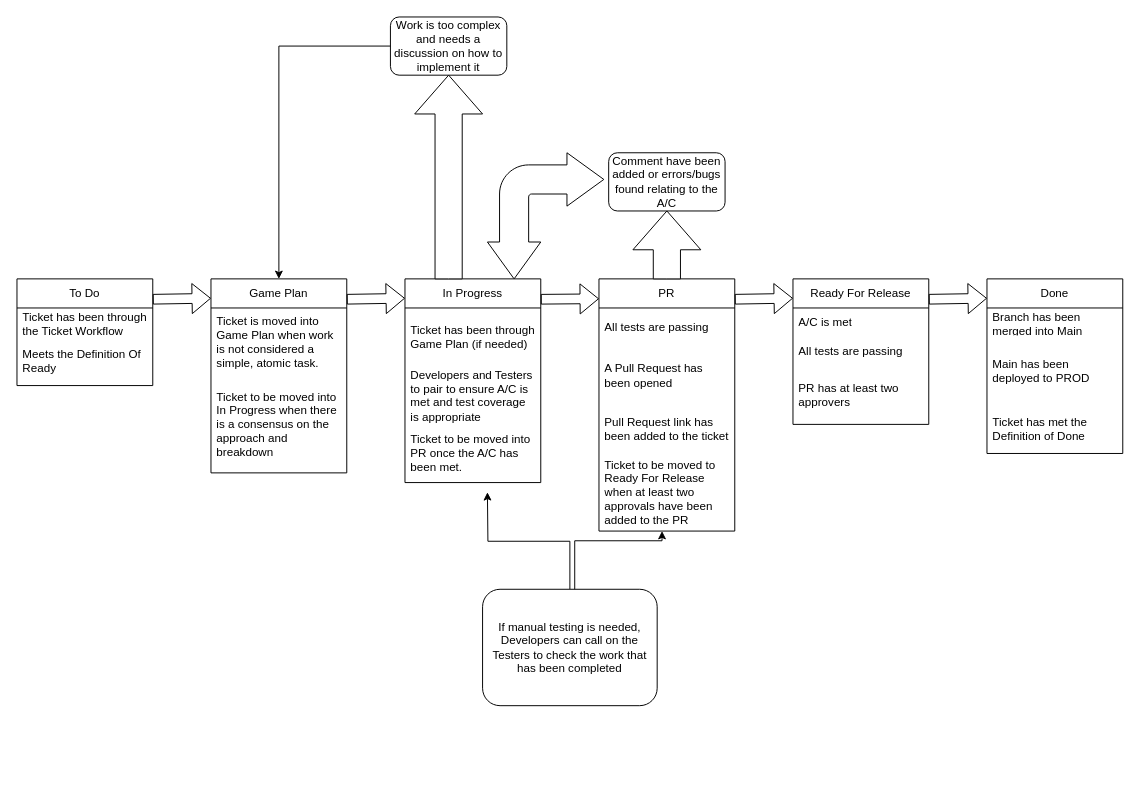
The draw.io diagram Untitled Diagram.drawio in EmmaHawkins/test_flows, before the edit. Source tidied: cells renumbered, new cells numbered last; positions are measured from the earlier drawing's top-left corner, leaving out a move shared by most shapes. Both pictures are drawn from the tidied source at 97%, with x=0, y=0 at pixel (16, 16).
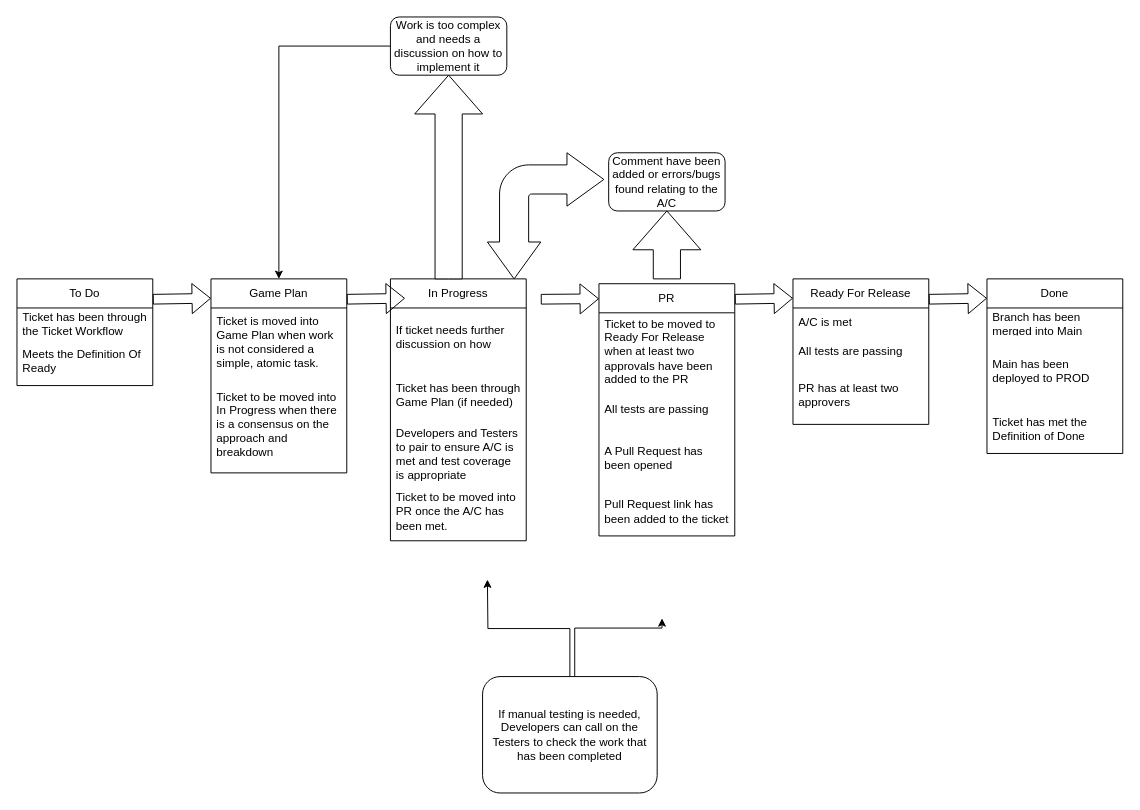
The same diagram, later.

What changed in the source:
```diff
@@
     <mxCell id="8" value="In Progress" style="swimlane;fontStyle=0;horizontal=1;startSize=30;whiteSpace=wrap;html=1;" parent="1" vertex="1">
-      <mxGeometry x="400" y="270" width="140" height="210" as="geometry" />
+      <mxGeometry x="385" y="270" width="140" height="270" as="geometry" />
     </mxCell>
+    <mxCell id="39" value="If ticket needs further discussion on how" style="text;strokeColor=none;fillColor=none;align=left;verticalAlign=middle;spacingLeft=4;spacingRight=4;overflow=hidden;whiteSpace=wrap;html=1;" parent="8" vertex="1">
+      <mxGeometry y="30" width="140" height="60" as="geometry" />
+    </mxCell>
     <mxCell id="9" value="Ticket has been through Game Plan (if needed)" style="text;strokeColor=none;fillColor=none;align=left;verticalAlign=middle;spacingLeft=4;spacingRight=4;overflow=hidden;whiteSpace=wrap;html=1;" parent="8" vertex="1">
-      <mxGeometry y="30" width="140" height="60" as="geometry" />
+      <mxGeometry y="90" width="140" height="60" as="geometry" />
     </mxCell>
     <mxCell id="10" value="Developers and Testers to pair to ensure A/C is met and test coverage is appropriate" style="text;strokeColor=none;fillColor=none;align=left;verticalAlign=middle;spacingLeft=4;spacingRight=4;overflow=hidden;whiteSpace=wrap;html=1;" parent="8" vertex="1">
-      <mxGeometry y="90" width="140" height="60" as="geometry" />
+      <mxGeometry y="150" width="140" height="60" as="geometry" />
     </mxCell>
     <mxCell id="11" value="Ticket to be moved into&amp;nbsp; PR once the A/C has been met." style="text;strokeColor=none;fillColor=none;align=left;verticalAlign=middle;spacingLeft=4;spacingRight=4;overflow=hidden;whiteSpace=wrap;html=1;" parent="8" vertex="1">
-      <mxGeometry y="150" width="140" height="60" as="geometry" />
+      <mxGeometry y="210" width="140" height="60" as="geometry" />
     </mxCell>
     <mxCell id="12" value="PR" style="swimlane;fontStyle=0;horizontal=1;startSize=30;whiteSpace=wrap;html=1;" parent="1" vertex="1">
-      <mxGeometry x="600" y="270" width="140" height="260" as="geometry" />
+      <mxGeometry x="600" y="275" width="140" height="260" as="geometry" />
     </mxCell>
+    <mxCell id="16" value="Ticket to be moved to Ready For Release when at least two approvals have been added to the PR" style="text;strokeColor=none;fillColor=none;align=left;verticalAlign=middle;spacingLeft=4;spacingRight=4;overflow=hidden;whiteSpace=wrap;html=1;" parent="12" vertex="1">
+      <mxGeometry y="30" width="140" height="80" as="geometry" />
+    </mxCell>
     <mxCell id="13" value="All tests are passing" style="text;strokeColor=none;fillColor=none;align=left;verticalAlign=middle;spacingLeft=4;spacingRight=4;overflow=hidden;whiteSpace=wrap;html=1;" parent="12" vertex="1">
-      <mxGeometry y="30" width="140" height="40" as="geometry" />
+      <mxGeometry y="110" width="140" height="40" as="geometry" />
     </mxCell>
     <mxCell id="14" value="A Pull Request has been opened" style="text;strokeColor=none;fillColor=none;align=left;verticalAlign=middle;spacingLeft=4;spacingRight=4;overflow=hidden;whiteSpace=wrap;html=1;" parent="12" vertex="1">
-      <mxGeometry y="70" width="140" height="60" as="geometry" />
+      <mxGeometry y="150" width="140" height="60" as="geometry" />
     </mxCell>
     <mxCell id="15" value="Pull Request link has been added to the ticket" style="text;strokeColor=none;fillColor=none;align=left;verticalAlign=middle;spacingLeft=4;spacingRight=4;overflow=hidden;whiteSpace=wrap;html=1;" parent="12" vertex="1">
-      <mxGeometry y="130" width="140" height="50" as="geometry" />
+      <mxGeometry y="210" width="140" height="50" as="geometry" />
     </mxCell>
-    <mxCell id="16" value="Ticket to be moved to Ready For Release when at least two approvals have been added to the PR" style="text;strokeColor=none;fillColor=none;align=left;verticalAlign=middle;spacingLeft=4;spacingRight=4;overflow=hidden;whiteSpace=wrap;html=1;" parent="12" vertex="1">
-      <mxGeometry y="180" width="140" height="80" as="geometry" />
-    </mxCell>
@@
     <mxCell id="35" style="edgeStyle=orthogonalEdgeStyle;rounded=0;jettySize=auto;html=1;" parent="1" edge="1" source="36">
       <mxGeometry relative="1" as="geometry">
-        <mxPoint x="485" y="490" as="targetPoint" />
+        <mxPoint x="485" y="580" as="targetPoint" />
       </mxGeometry>
     </mxCell>
     <mxCell id="36" value="If manual testing is needed, Developers can call on the Testers to check the work that has been completed" style="rounded=1;whiteSpace=wrap;html=1;" parent="1" vertex="1">
-      <mxGeometry x="480" y="590" width="180" height="120" as="geometry" />
+      <mxGeometry x="480" y="680" width="180" height="120" as="geometry" />
     </mxCell>
     <mxCell id="37" style="edgeStyle=orthogonalEdgeStyle;rounded=0;orthogonalLoop=1;jettySize=auto;html=1;" parent="1" edge="1">
       <mxGeometry relative="1" as="geometry">
-        <mxPoint x="575" y="590" as="sourcePoint" />
-        <mxPoint x="665" y="530" as="targetPoint" />
+        <mxPoint x="575" y="680" as="sourcePoint" />
+        <mxPoint x="665" y="620" as="targetPoint" />
         <Array as="points">
-          <mxPoint x="575" y="540" />
-          <mxPoint x="665" y="540" />
+          <mxPoint x="575" y="630" />
+          <mxPoint x="665" y="630" />
         </Array>
       </mxGeometry>
     </mxCell>
```
